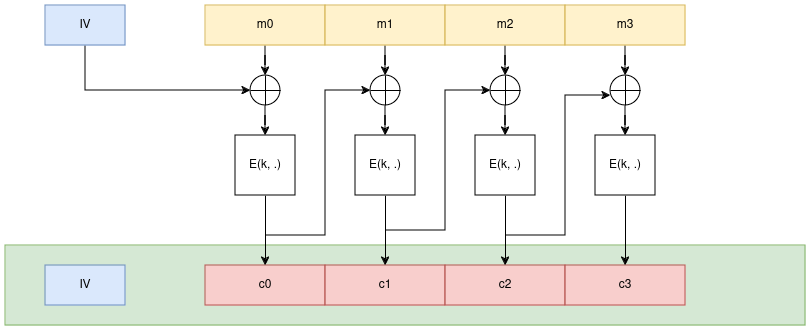
Above: docs/assets/CBC-Random-IV.drawio.png in da0p/GithubPage (draw.io), before the change. Source tidied: cells renumbered, new cells last; positions are measured from the earlier drawing's top-left corner, leaving out a move shared by most shapes.
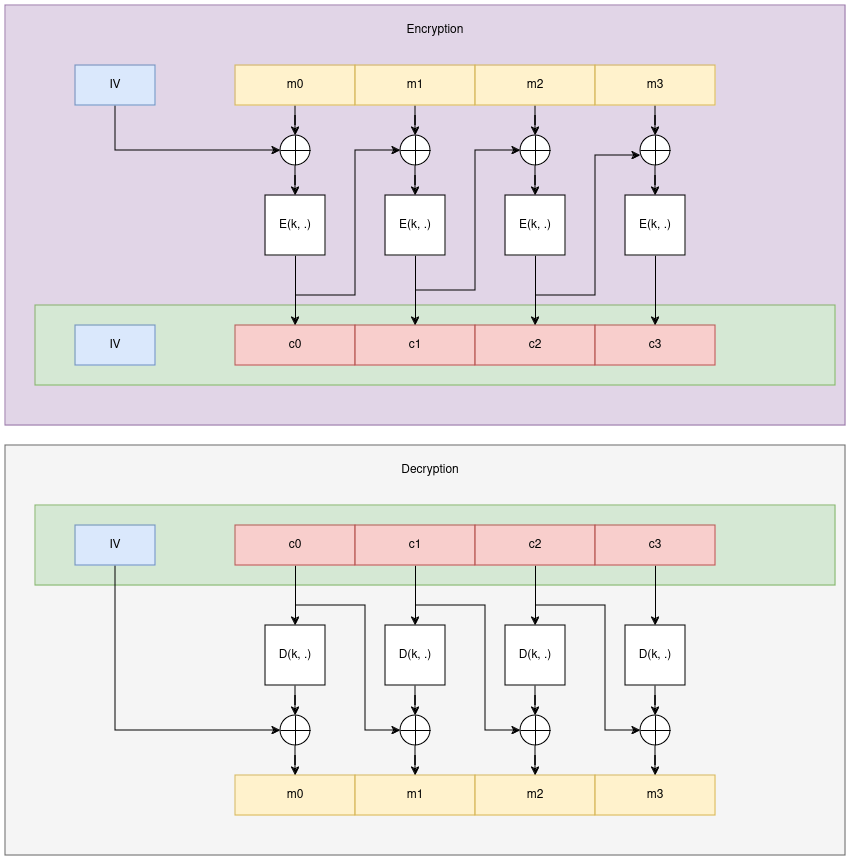
The same diagram one commit later.

Change to the diagram source:
```diff
@@ -2,6 +2,12 @@
   <root>
     <mxCell id="0" />
     <mxCell id="1" parent="0" />
+    <mxCell id="37" style="text;html=1;align=center;verticalAlign=middle;whiteSpace=wrap;rounded=0;fillColor=#e1d5e7;strokeColor=#9673a6;" parent="1" vertex="1">
+      <mxGeometry x="-30" y="-60" width="840" height="420" as="geometry" />
+    </mxCell>
+    <mxCell id="38" style="text;html=1;align=center;verticalAlign=middle;whiteSpace=wrap;rounded=0;fillColor=#f5f5f5;strokeColor=#666666;fontColor=#333333;" parent="1" vertex="1">
+      <mxGeometry x="-30" y="380" width="840" height="410" as="geometry" />
+    </mxCell>
     <mxCell id="2" style="edgeStyle=orthogonalEdgeStyle;rounded=0;jettySize=auto;html=1;exitX=0.5;exitY=1;exitDx=0;exitDy=0;entryX=0;entryY=0.5;entryDx=0;entryDy=0;" parent="1" edge="1" source="3" target="27">
       <mxGeometry relative="1" as="geometry" />
     </mxCell>
@@ -126,5 +132,137 @@
         </Array>
       </mxGeometry>
     </mxCell>
+    <mxCell id="39" value="m0" style="rounded=0;whiteSpace=wrap;html=1;fillColor=#fff2cc;strokeColor=#d6b656;" parent="1" vertex="1">
+      <mxGeometry x="200" y="710" width="120" height="40" as="geometry" />
+    </mxCell>
+    <mxCell id="40" value="m1" style="rounded=0;whiteSpace=wrap;html=1;fillColor=#fff2cc;strokeColor=#d6b656;" parent="1" vertex="1">
+      <mxGeometry x="320" y="710" width="120" height="40" as="geometry" />
+    </mxCell>
+    <mxCell id="41" value="m2" style="rounded=0;whiteSpace=wrap;html=1;fillColor=#fff2cc;strokeColor=#d6b656;" parent="1" vertex="1">
+      <mxGeometry x="440" y="710" width="120" height="40" as="geometry" />
+    </mxCell>
+    <mxCell id="42" value="m3" style="rounded=0;whiteSpace=wrap;html=1;fillColor=#fff2cc;strokeColor=#d6b656;" parent="1" vertex="1">
+      <mxGeometry x="560" y="710" width="120" height="40" as="geometry" />
+    </mxCell>
+    <mxCell id="43" style="rounded=0;whiteSpace=wrap;html=1;fillColor=#d5e8d4;strokeColor=#82b366;" parent="1" vertex="1">
+      <mxGeometry y="440" width="800" height="80" as="geometry" />
+    </mxCell>
+    <mxCell id="44" style="edgeStyle=orthogonalEdgeStyle;rounded=0;jettySize=auto;html=1;entryX=0;entryY=0.5;entryDx=0;entryDy=0;" parent="1" edge="1" source="45" target="63">
+      <mxGeometry relative="1" as="geometry">
+        <Array as="points">
+          <mxPoint x="80" y="665" />
+        </Array>
+      </mxGeometry>
+    </mxCell>
+    <mxCell id="45" value="IV" style="rounded=0;whiteSpace=wrap;html=1;fillColor=#dae8fc;strokeColor=#6c8ebf;" parent="1" vertex="1">
+      <mxGeometry x="40" y="460" width="80" height="40" as="geometry" />
+    </mxCell>
+    <mxCell id="46" style="edgeStyle=orthogonalEdgeStyle;rounded=0;jettySize=auto;html=1;" parent="1" edge="1" source="47" target="55">
+      <mxGeometry relative="1" as="geometry" />
+    </mxCell>
+    <mxCell id="47" value="c0" style="rounded=0;whiteSpace=wrap;html=1;fillColor=#f8cecc;strokeColor=#b85450;" parent="1" vertex="1">
+      <mxGeometry x="200" y="460" width="120" height="40" as="geometry" />
+    </mxCell>
+    <mxCell id="48" style="edgeStyle=orthogonalEdgeStyle;rounded=0;jettySize=auto;html=1;" parent="1" edge="1" source="49" target="57">
+      <mxGeometry relative="1" as="geometry" />
+    </mxCell>
+    <mxCell id="49" value="c1" style="rounded=0;whiteSpace=wrap;html=1;fillColor=#f8cecc;strokeColor=#b85450;" parent="1" vertex="1">
+      <mxGeometry x="320" y="460" width="120" height="40" as="geometry" />
+    </mxCell>
+    <mxCell id="50" style="edgeStyle=orthogonalEdgeStyle;rounded=0;jettySize=auto;html=1;" parent="1" edge="1" source="51" target="59">
+      <mxGeometry relative="1" as="geometry" />
+    </mxCell>
+    <mxCell id="51" value="c2" style="rounded=0;whiteSpace=wrap;html=1;fillColor=#f8cecc;strokeColor=#b85450;" parent="1" vertex="1">
+      <mxGeometry x="440" y="460" width="120" height="40" as="geometry" />
+    </mxCell>
+    <mxCell id="52" style="edgeStyle=orthogonalEdgeStyle;rounded=0;jettySize=auto;html=1;" parent="1" edge="1" source="53" target="61">
+      <mxGeometry relative="1" as="geometry" />
+    </mxCell>
+    <mxCell id="53" value="c3" style="rounded=0;whiteSpace=wrap;html=1;fillColor=#f8cecc;strokeColor=#b85450;" parent="1" vertex="1">
+      <mxGeometry x="560" y="460" width="120" height="40" as="geometry" />
+    </mxCell>
+    <mxCell id="54" style="edgeStyle=orthogonalEdgeStyle;rounded=0;jettySize=auto;html=1;" parent="1" edge="1" source="55" target="63">
+      <mxGeometry relative="1" as="geometry" />
+    </mxCell>
+    <mxCell id="55" value="D(k, .)" style="rounded=0;whiteSpace=wrap;html=1;" parent="1" vertex="1">
+      <mxGeometry x="230" y="560" width="60" height="60" as="geometry" />
+    </mxCell>
+    <mxCell id="56" style="edgeStyle=orthogonalEdgeStyle;rounded=0;jettySize=auto;html=1;" parent="1" edge="1" source="57" target="65">
+      <mxGeometry relative="1" as="geometry" />
+    </mxCell>
+    <mxCell id="57" value="D(k, .)" style="rounded=0;whiteSpace=wrap;html=1;" parent="1" vertex="1">
+      <mxGeometry x="350" y="560" width="60" height="60" as="geometry" />
+    </mxCell>
+    <mxCell id="58" style="edgeStyle=orthogonalEdgeStyle;rounded=0;jettySize=auto;html=1;" parent="1" edge="1" source="59" target="67">
+      <mxGeometry relative="1" as="geometry" />
+    </mxCell>
+    <mxCell id="59" value="D(k, .)" style="rounded=0;whiteSpace=wrap;html=1;" parent="1" vertex="1">
+      <mxGeometry x="470" y="560" width="60" height="60" as="geometry" />
+    </mxCell>
+    <mxCell id="60" style="edgeStyle=orthogonalEdgeStyle;rounded=0;jettySize=auto;html=1;" parent="1" edge="1" source="61" target="69">
+      <mxGeometry relative="1" as="geometry" />
+    </mxCell>
+    <mxCell id="61" value="D(k, .)" style="rounded=0;whiteSpace=wrap;html=1;" parent="1" vertex="1">
+      <mxGeometry x="590" y="560" width="60" height="60" as="geometry" />
+    </mxCell>
+    <mxCell id="62" style="edgeStyle=orthogonalEdgeStyle;rounded=0;jettySize=auto;html=1;" parent="1" edge="1" source="63" target="39">
+      <mxGeometry relative="1" as="geometry" />
+    </mxCell>
+    <mxCell id="63" style="shape=orEllipse;perimeter=ellipsePerimeter;whiteSpace=wrap;html=1;backgroundOutline=1;" parent="1" vertex="1">
+      <mxGeometry x="245" y="650" width="30" height="30" as="geometry" />
+    </mxCell>
+    <mxCell id="64" style="edgeStyle=orthogonalEdgeStyle;rounded=0;jettySize=auto;html=1;" parent="1" edge="1" source="65" target="40">
+      <mxGeometry relative="1" as="geometry" />
+    </mxCell>
+    <mxCell id="65" style="shape=orEllipse;perimeter=ellipsePerimeter;whiteSpace=wrap;html=1;backgroundOutline=1;" parent="1" vertex="1">
+      <mxGeometry x="365" y="650" width="30" height="30" as="geometry" />
+    </mxCell>
+    <mxCell id="66" style="edgeStyle=orthogonalEdgeStyle;rounded=0;jettySize=auto;html=1;" parent="1" edge="1" source="67" target="41">
+      <mxGeometry relative="1" as="geometry" />
+    </mxCell>
+    <mxCell id="67" style="shape=orEllipse;perimeter=ellipsePerimeter;whiteSpace=wrap;html=1;backgroundOutline=1;" parent="1" vertex="1">
+      <mxGeometry x="485" y="650" width="30" height="30" as="geometry" />
+    </mxCell>
+    <mxCell id="68" style="edgeStyle=orthogonalEdgeStyle;rounded=0;jettySize=auto;html=1;" parent="1" edge="1" source="69" target="42">
+      <mxGeometry relative="1" as="geometry" />
+    </mxCell>
+    <mxCell id="69" style="shape=orEllipse;perimeter=ellipsePerimeter;whiteSpace=wrap;html=1;backgroundOutline=1;" parent="1" vertex="1">
+      <mxGeometry x="605" y="650" width="30" height="30" as="geometry" />
+    </mxCell>
+    <mxCell id="70" style="endArrow=classic;html=1;rounded=0;entryX=0;entryY=0.5;entryDx=0;entryDy=0;" parent="1" edge="1" target="65">
+      <mxGeometry relative="1" as="geometry">
+        <mxPoint x="260" y="540" as="sourcePoint" />
+        <Array as="points">
+          <mxPoint x="330" y="540" />
+          <mxPoint x="330" y="665" />
+        </Array>
+      </mxGeometry>
+    </mxCell>
+    <mxCell id="71" style="endArrow=classic;html=1;rounded=0;entryX=0;entryY=0.5;entryDx=0;entryDy=0;" parent="1" edge="1">
+      <mxGeometry relative="1" as="geometry">
+        <mxPoint x="380" y="540" as="sourcePoint" />
+        <mxPoint x="485" y="665" as="targetPoint" />
+        <Array as="points">
+          <mxPoint x="450" y="540" />
+          <mxPoint x="450" y="665" />
+        </Array>
+      </mxGeometry>
+    </mxCell>
+    <mxCell id="72" style="endArrow=classic;html=1;rounded=0;entryX=0;entryY=0.5;entryDx=0;entryDy=0;" parent="1" edge="1">
+      <mxGeometry relative="1" as="geometry">
+        <mxPoint x="500" y="540" as="sourcePoint" />
+        <mxPoint x="605" y="665" as="targetPoint" />
+        <Array as="points">
+          <mxPoint x="570" y="540" />
+          <mxPoint x="570" y="665" />
+        </Array>
+      </mxGeometry>
+    </mxCell>
+    <mxCell id="73" value="Decryption" style="text;html=1;align=center;verticalAlign=middle;whiteSpace=wrap;rounded=0;" parent="1" vertex="1">
+      <mxGeometry x="365" y="390" width="60" height="30" as="geometry" />
+    </mxCell>
+    <mxCell id="74" value="Encryption" style="text;html=1;align=center;verticalAlign=middle;whiteSpace=wrap;rounded=0;" parent="1" vertex="1">
+      <mxGeometry x="370" y="-50" width="60" height="30" as="geometry" />
+    </mxCell>
   </root>
 </mxGraphModel>
```
